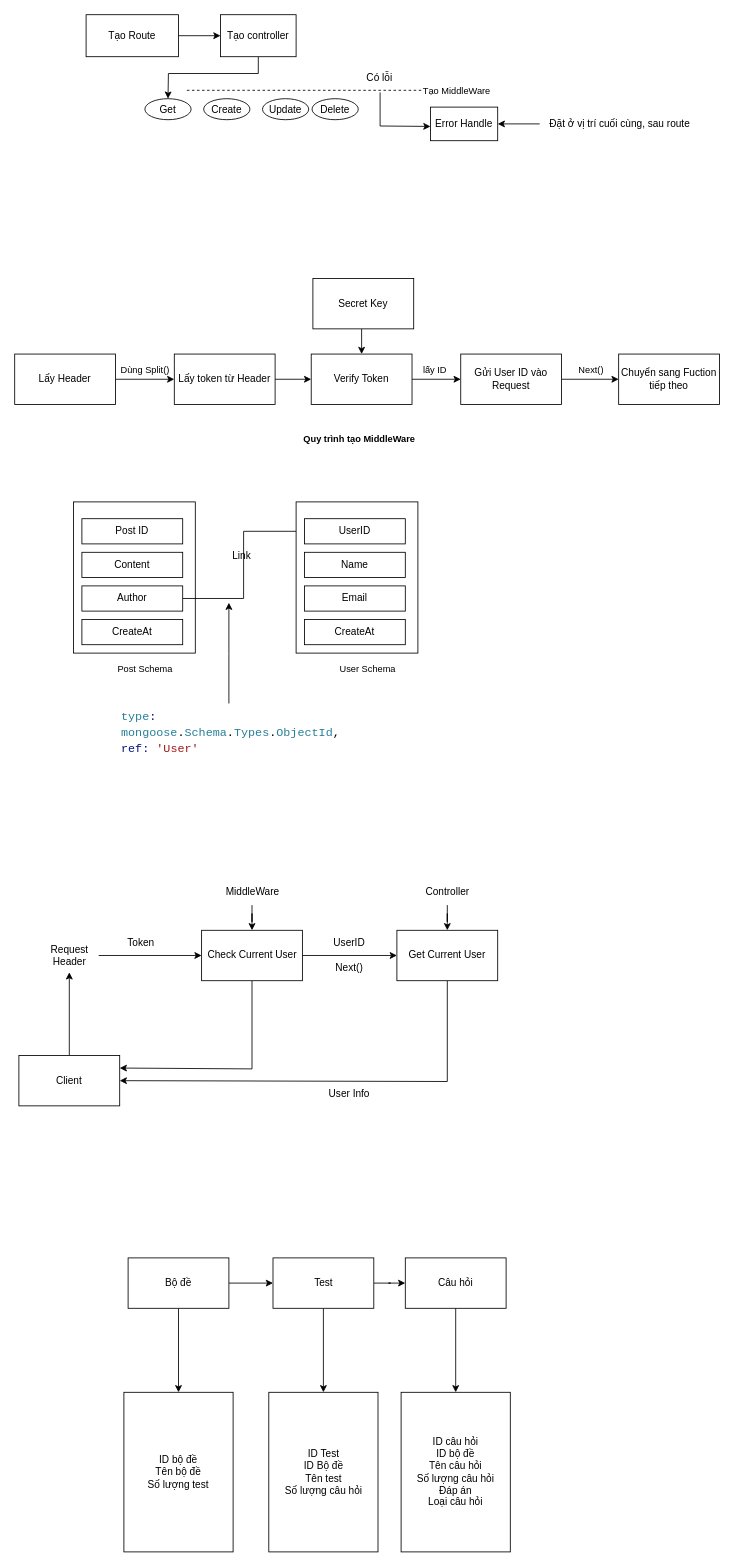
Earlier version of the draw.io diagram Untitled Diagram.drawio (sqhqk58/IELTS). Source tidied: cells renumbered, new cells numbered last; positions are measured from the earlier drawing's top-left corner, leaving out a move shared by most shapes. Both pictures are drawn from the tidied source at 84%, with x=0, y=0 at pixel (14, 14).
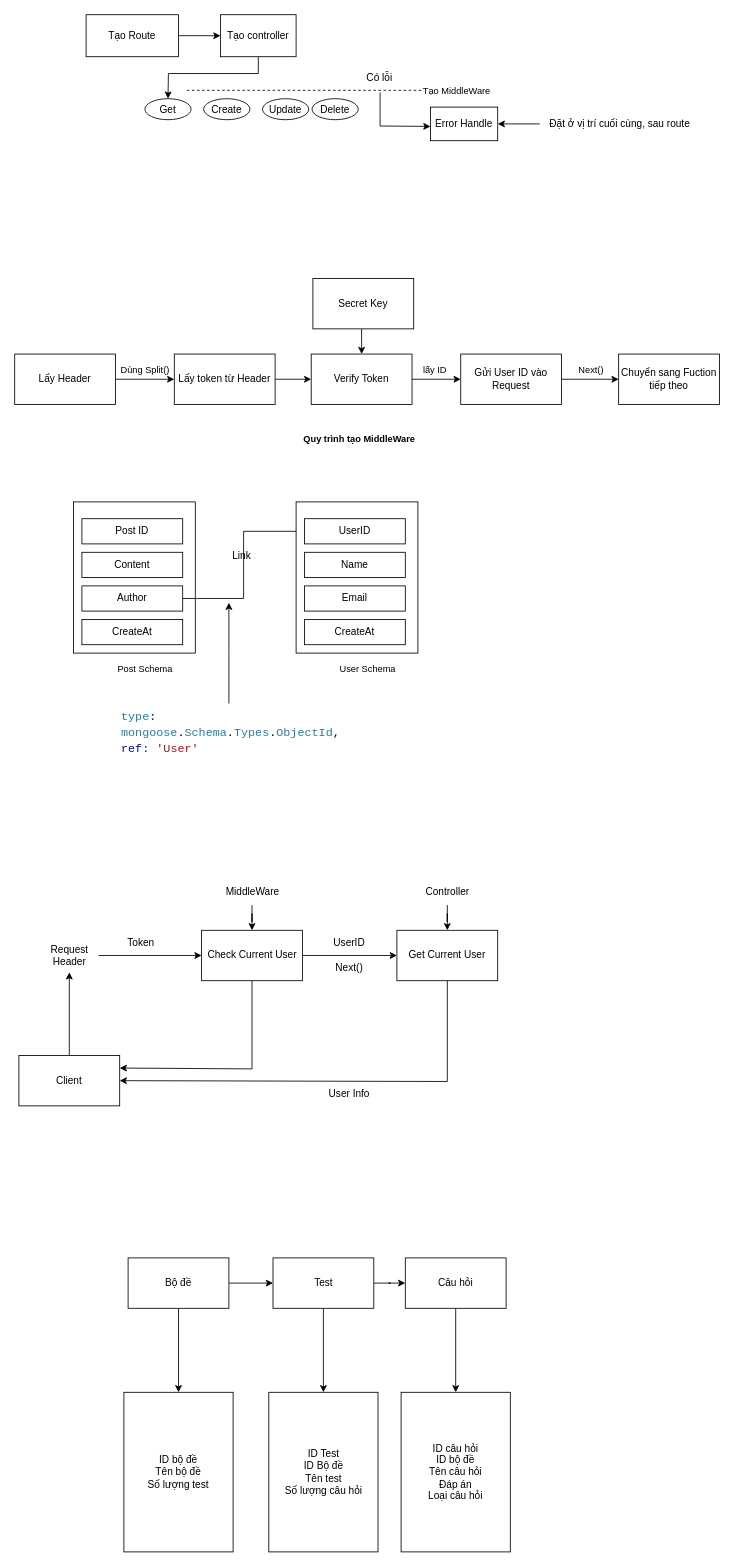
After the change.

What changed in the source:
```diff
@@
-    <mxCell id="75" value="ID câu hỏi&lt;br&gt;ID bộ đề&lt;br&gt;Tên câu hỏi&lt;br&gt;Số lượng câu hỏi&lt;br&gt;Đáp án&lt;br&gt;Loại câu hỏi" style="whiteSpace=wrap;html=1;" parent="1" vertex="1">
+    <mxCell id="75" value="ID câu hỏi&lt;br&gt;ID bộ đề&lt;br&gt;Tên câu hỏi&lt;br&gt;Đáp án&lt;br&gt;Loại câu hỏi" style="whiteSpace=wrap;html=1;" parent="1" vertex="1">
       <mxGeometry x="460" y="1640" width="130" height="190" as="geometry" />
     </mxCell>
```
